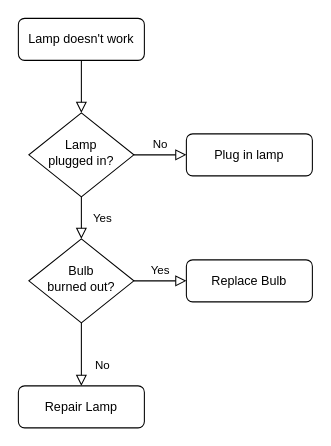
Before: Untitled Diagram.drawio in ChrisMachinjiri/ChrisMachinjiri, a draw.io diagram. Source tidied: cells renumbered, new cells numbered last; positions are measured from the earlier drawing's top-left corner, leaving out a move shared by most shapes. Both pictures are drawn from the tidied source at 105%, with x=0, y=0 at pixel (18, 18).
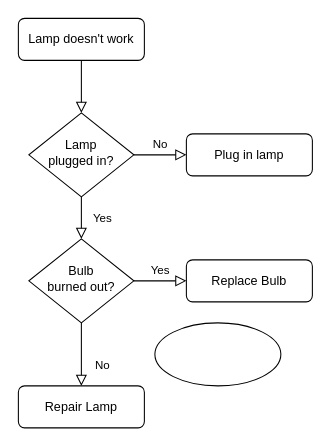
Above is the later version.

What changed in the source:
```diff
@@
 <mxGraphModel>
   <root>
     <mxCell id="0" />
     <mxCell id="1" parent="0" />
     <mxCell id="2" style="rounded=0;html=1;jettySize=auto;fontSize=11;endArrow=block;endFill=0;endSize=8;strokeWidth=1;shadow=0;labelBackgroundColor=none;edgeStyle=orthogonalEdgeStyle;" parent="1" edge="1" source="3" target="6">
       <mxGeometry relative="1" as="geometry" />
     </mxCell>
     <mxCell id="3" value="Lamp doesn't work" style="rounded=1;whiteSpace=wrap;html=1;fontSize=12;glass=0;strokeWidth=1;shadow=0;" parent="1" vertex="1">
       <mxGeometry width="120" height="40" as="geometry" />
     </mxCell>
     <mxCell id="4" value="Yes" style="rounded=0;html=1;jettySize=auto;fontSize=11;endArrow=block;endFill=0;endSize=8;strokeWidth=1;shadow=0;labelBackgroundColor=none;edgeStyle=orthogonalEdgeStyle;" parent="1" edge="1" source="6" target="10">
       <mxGeometry y="20" relative="1" as="geometry" />
     </mxCell>
     <mxCell id="5" value="No" style="edgeStyle=orthogonalEdgeStyle;rounded=0;html=1;jettySize=auto;fontSize=11;endArrow=block;endFill=0;endSize=8;strokeWidth=1;shadow=0;labelBackgroundColor=none;" parent="1" edge="1" source="6" target="7">
       <mxGeometry y="10" relative="1" as="geometry" />
     </mxCell>
     <mxCell id="6" value="Lamp&lt;br&gt;plugged in?" style="rhombus;whiteSpace=wrap;html=1;shadow=0;fontFamily=Helvetica;fontSize=12;align=center;strokeWidth=1;spacing=6;spacingTop=-4;" parent="1" vertex="1">
       <mxGeometry x="10" y="90" width="100" height="80" as="geometry" />
     </mxCell>
     <mxCell id="7" value="Plug in lamp" style="rounded=1;whiteSpace=wrap;html=1;fontSize=12;glass=0;strokeWidth=1;shadow=0;" parent="1" vertex="1">
       <mxGeometry x="160" y="110" width="120" height="40" as="geometry" />
     </mxCell>
     <mxCell id="8" value="No" style="rounded=0;html=1;jettySize=auto;fontSize=11;endArrow=block;endFill=0;endSize=8;strokeWidth=1;shadow=0;labelBackgroundColor=none;edgeStyle=orthogonalEdgeStyle;" parent="1" edge="1" source="10" target="11">
       <mxGeometry x="0.33" y="20" relative="1" as="geometry" />
     </mxCell>
     <mxCell id="9" value="Yes" style="edgeStyle=orthogonalEdgeStyle;rounded=0;html=1;jettySize=auto;fontSize=11;endArrow=block;endFill=0;endSize=8;strokeWidth=1;shadow=0;labelBackgroundColor=none;" parent="1" edge="1" source="10" target="12">
       <mxGeometry y="10" relative="1" as="geometry" />
     </mxCell>
     <mxCell id="10" value="Bulb&lt;br&gt;burned out?" style="rhombus;whiteSpace=wrap;html=1;shadow=0;fontFamily=Helvetica;fontSize=12;align=center;strokeWidth=1;spacing=6;spacingTop=-4;" parent="1" vertex="1">
       <mxGeometry x="10" y="210" width="100" height="80" as="geometry" />
     </mxCell>
     <mxCell id="11" value="Repair Lamp" style="rounded=1;whiteSpace=wrap;html=1;fontSize=12;glass=0;strokeWidth=1;shadow=0;" parent="1" vertex="1">
       <mxGeometry y="350" width="120" height="40" as="geometry" />
     </mxCell>
     <mxCell id="12" value="Replace Bulb" style="rounded=1;whiteSpace=wrap;html=1;fontSize=12;glass=0;strokeWidth=1;shadow=0;" parent="1" vertex="1">
       <mxGeometry x="160" y="230" width="120" height="40" as="geometry" />
     </mxCell>
+    <mxCell id="13" style="ellipse;whiteSpace=wrap;html=1;hachureGap=4;" parent="1" vertex="1">
+      <mxGeometry x="130" y="290" width="120" height="60" as="geometry" />
+    </mxCell>
   </root>
 </mxGraphModel>
```
